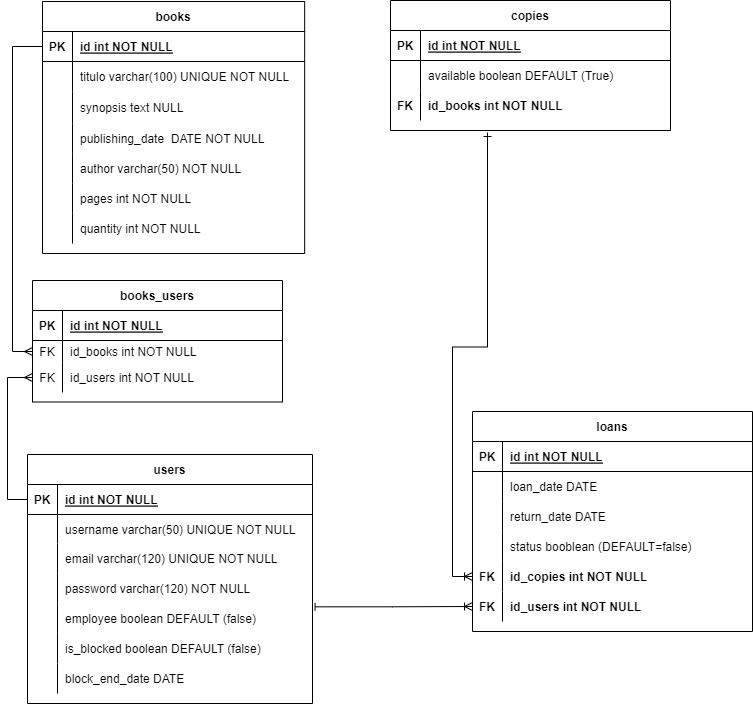
Above: DER_biblioteKA.drawio.png in projeto-BiblioteKA-g25/biblioteKA-bff (draw.io), before the change. Source tidied: cells renumbered, new cells last; positions are measured from the earlier drawing's top-left corner, leaving out a move shared by most shapes.
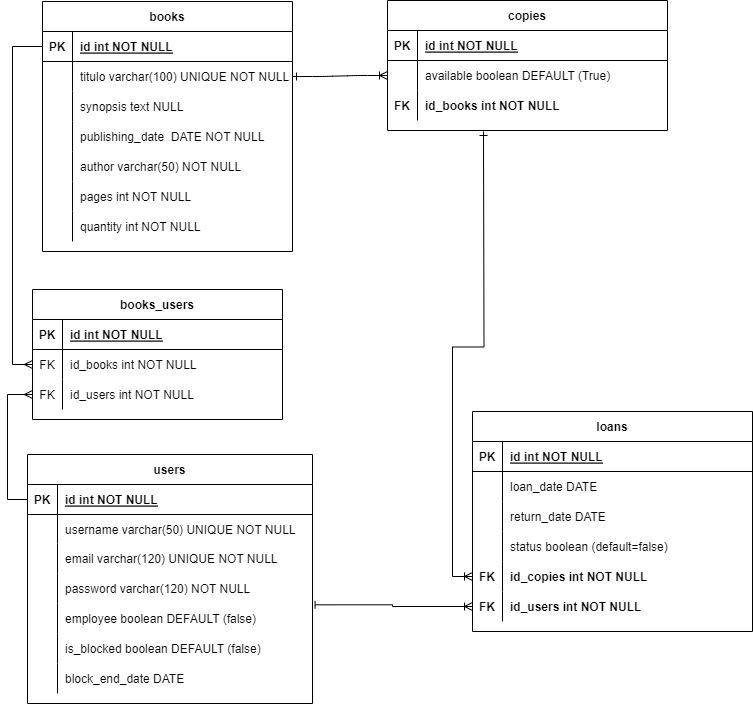
Above is the later version.

What changed in the source:
```diff
@@ -2,13 +2,16 @@
   <root>
     <mxCell id="0" />
     <mxCell id="1" parent="0" />
+    <mxCell id="89" style="edgeStyle=entityRelationEdgeStyle;endArrow=ERoneToMany;startArrow=ERone;endFill=0;startFill=0;exitX=1;exitY=0.5;exitDx=0;exitDy=0;entryX=0;entryY=0.5;entryDx=0;entryDy=0;" parent="1" edge="1" source="37" target="7">
+      <mxGeometry relative="1" as="geometry" />
+    </mxCell>
     <mxCell id="2" style="edgeStyle=orthogonalEdgeStyle;rounded=0;jettySize=auto;html=1;startArrow=ERone;startFill=0;endArrow=ERoneToMany;endFill=0;entryX=0;entryY=0.5;entryDx=0;entryDy=0;" parent="1" edge="1" target="26">
       <mxGeometry relative="1" as="geometry">
-        <mxPoint x="460" y="132" as="sourcePoint" />
+        <mxPoint x="456" y="131" as="sourcePoint" />
       </mxGeometry>
     </mxCell>
     <mxCell id="3" value="copies" style="shape=table;startSize=30;rowLines=0;fontStyle=1;align=center;" parent="1" vertex="1">
-      <mxGeometry x="363" width="280" height="130" as="geometry" />
+      <mxGeometry x="360" width="280" height="130" as="geometry" />
     </mxCell>
     <mxCell id="4" style="shape=partialRectangle;fillColor=none;top=0;left=0;right=0;bottom=1;" parent="3" vertex="1">
       <mxGeometry y="30" width="280" height="30" as="geometry" />
@@ -70,12 +73,12 @@
     <mxCell id="23" style="shape=partialRectangle;fillColor=none;top=0;left=0;right=0;bottom=0;" parent="13" vertex="1">
       <mxGeometry y="120" width="280" height="30" as="geometry" />
     </mxCell>
-    <mxCell id="24" style="shape=partialRectangle;overflow=hidden;fillColor=none;top=0;left=0;bottom=0;right=0;" parent="23" vertex="1">
-      <mxGeometry width="30" height="30" as="geometry" />
-    </mxCell>
-    <mxCell id="25" value="status booblean (DEFAULT=false)" style="shape=partialRectangle;overflow=hidden;fillColor=none;top=0;left=0;bottom=0;right=0;align=left;spacingLeft=6;" parent="23" vertex="1">
-      <mxGeometry x="30" width="250" height="30" as="geometry" />
-    </mxCell>
+    <mxCell id="90" style="shape=partialRectangle;overflow=hidden;fillColor=none;top=0;left=0;bottom=0;right=0;" parent="23" vertex="1">
+      <mxGeometry width="30" height="30" as="geometry" />
+    </mxCell>
+    <mxCell id="91" value="status boolean (default=false)" style="shape=partialRectangle;overflow=hidden;fillColor=none;top=0;left=0;bottom=0;right=0;align=left;spacingLeft=6;" parent="23" vertex="1">
+      <mxGeometry x="30" width="250" height="30" as="geometry" />
+    </mxCell>
     <mxCell id="26" style="shape=partialRectangle;fillColor=none;points=[[0,0.5],[1,0.5]];portConstraint=eastwest;top=0;left=0;right=0;bottom=0;" parent="13" vertex="1">
       <mxGeometry y="150" width="280" height="30" as="geometry" />
     </mxCell>
@@ -98,70 +101,70 @@
       <mxGeometry relative="1" as="geometry" />
     </mxCell>
     <mxCell id="33" value="books" style="shape=table;startSize=30;rowLines=0;fontStyle=1;align=center;" parent="1" vertex="1">
-      <mxGeometry x="15" y="1" width="262.2" height="252" as="geometry" />
+      <mxGeometry x="15" y="1" width="250" height="250" as="geometry" />
     </mxCell>
     <mxCell id="34" style="shape=partialRectangle;fillColor=none;points=[[0,0.5],[1,0.5]];portConstraint=eastwest;top=0;left=0;right=0;bottom=1;" parent="33" vertex="1">
-      <mxGeometry y="30" width="262.2" height="30" as="geometry" />
+      <mxGeometry y="30" width="250" height="30" as="geometry" />
     </mxCell>
     <mxCell id="35" value="PK" style="shape=partialRectangle;overflow=hidden;fillColor=none;top=0;left=0;bottom=0;right=0;fontStyle=1;" parent="34" vertex="1">
       <mxGeometry width="30" height="30" as="geometry" />
     </mxCell>
     <mxCell id="36" value="id int NOT NULL " style="shape=partialRectangle;overflow=hidden;fillColor=none;top=0;left=0;bottom=0;right=0;align=left;spacingLeft=6;fontStyle=5;" parent="34" vertex="1">
-      <mxGeometry x="30" width="232.2" height="30" as="geometry" />
+      <mxGeometry x="30" width="220" height="30" as="geometry" />
     </mxCell>
     <mxCell id="37" style="shape=partialRectangle;fillColor=none;points=[[0,0.5],[1,0.5]];portConstraint=eastwest;top=0;left=0;right=0;bottom=0;" parent="33" vertex="1">
-      <mxGeometry y="60" width="262.2" height="30" as="geometry" />
+      <mxGeometry y="60" width="250" height="30" as="geometry" />
     </mxCell>
     <mxCell id="38" style="shape=partialRectangle;overflow=hidden;fillColor=none;top=0;left=0;bottom=0;right=0;" parent="37" vertex="1">
       <mxGeometry width="30" height="30" as="geometry" />
     </mxCell>
-    <mxCell id="39" value="titulo varchar(100) UNIQUE NOT NULL " style="shape=partialRectangle;overflow=hidden;fillColor=none;top=0;left=0;bottom=0;right=0;align=left;spacingLeft=6;" parent="37" vertex="1">
-      <mxGeometry x="30" width="232.2" height="30" as="geometry" />
+    <mxCell id="39" value="titulo varchar(100) UNIQUE NOT NULL" style="shape=partialRectangle;overflow=hidden;fillColor=none;top=0;left=0;bottom=0;right=0;align=left;spacingLeft=6;" parent="37" vertex="1">
+      <mxGeometry x="30" width="220" height="30" as="geometry" />
     </mxCell>
-    <mxCell id="40" style="shape=partialRectangle;fillColor=none;top=0;left=0;right=0;bottom=0;" parent="33" vertex="1">
-      <mxGeometry y="90" width="262.2" height="32" as="geometry" />
-    </mxCell>
-    <mxCell id="41" style="shape=partialRectangle;overflow=hidden;fillColor=none;top=0;left=0;bottom=0;right=0;" parent="40" vertex="1">
-      <mxGeometry width="30" height="32" as="geometry" />
-    </mxCell>
+    <mxCell id="92" style="shape=partialRectangle;fillColor=none;top=0;left=0;right=0;bottom=0;" parent="33" vertex="1">
+      <mxGeometry y="90" width="250" height="30" as="geometry" />
+    </mxCell>
+    <mxCell id="93" style="shape=partialRectangle;overflow=hidden;fillColor=none;top=0;left=0;bottom=0;right=0;" parent="92" vertex="1">
+      <mxGeometry width="30" height="30" as="geometry" />
+    </mxCell>
-    <mxCell id="42" value="synopsis text NULL" style="shape=partialRectangle;overflow=hidden;fillColor=none;top=0;left=0;bottom=0;right=0;align=left;spacingLeft=6;" parent="40" vertex="1">
-      <mxGeometry x="30" width="232.2" height="32" as="geometry" />
+    <mxCell id="42" value="synopsis text NULL" style="shape=partialRectangle;overflow=hidden;fillColor=none;top=0;left=0;bottom=0;right=0;align=left;spacingLeft=6;" parent="92" vertex="1">
+      <mxGeometry x="30" width="220" height="30" as="geometry" />
     </mxCell>
     <mxCell id="43" style="shape=partialRectangle;fillColor=none;top=0;left=0;right=0;bottom=0;" parent="33" vertex="1">
-      <mxGeometry y="122" width="262.2" height="30" as="geometry" />
+      <mxGeometry y="120" width="250" height="30" as="geometry" />
     </mxCell>
     <mxCell id="44" style="shape=partialRectangle;overflow=hidden;fillColor=none;top=0;left=0;bottom=0;right=0;" parent="43" vertex="1">
       <mxGeometry width="30" height="30" as="geometry" />
     </mxCell>
     <mxCell id="45" value="publishing_date  DATE NOT NULL" style="shape=partialRectangle;overflow=hidden;fillColor=none;top=0;left=0;bottom=0;right=0;align=left;spacingLeft=6;" parent="43" vertex="1">
-      <mxGeometry x="30" width="232.2" height="30" as="geometry" />
+      <mxGeometry x="30" width="220" height="30" as="geometry" />
     </mxCell>
     <mxCell id="46" style="shape=partialRectangle;fillColor=none;top=0;left=0;right=0;bottom=0;" parent="33" vertex="1">
-      <mxGeometry y="152" width="262.2" height="30" as="geometry" />
+      <mxGeometry y="150" width="250" height="30" as="geometry" />
     </mxCell>
     <mxCell id="47" style="shape=partialRectangle;overflow=hidden;fillColor=none;top=0;left=0;bottom=0;right=0;" parent="46" vertex="1">
       <mxGeometry width="30" height="30" as="geometry" />
     </mxCell>
     <mxCell id="48" value="author varchar(50) NOT NULL" style="shape=partialRectangle;overflow=hidden;fillColor=none;top=0;left=0;bottom=0;right=0;align=left;spacingLeft=6;" parent="46" vertex="1">
-      <mxGeometry x="30" width="232.2" height="30" as="geometry" />
+      <mxGeometry x="30" width="220" height="30" as="geometry" />
     </mxCell>
     <mxCell id="49" style="shape=partialRectangle;fillColor=none;top=0;left=0;right=0;bottom=0;" parent="33" vertex="1">
-      <mxGeometry y="182" width="262.2" height="30" as="geometry" />
+      <mxGeometry y="180" width="250" height="30" as="geometry" />
     </mxCell>
     <mxCell id="50" style="shape=partialRectangle;overflow=hidden;fillColor=none;top=0;left=0;bottom=0;right=0;" parent="49" vertex="1">
       <mxGeometry width="30" height="30" as="geometry" />
     </mxCell>
     <mxCell id="51" value="pages int NOT NULL" style="shape=partialRectangle;overflow=hidden;fillColor=none;top=0;left=0;bottom=0;right=0;align=left;spacingLeft=6;" parent="49" vertex="1">
-      <mxGeometry x="30" width="232.2" height="30" as="geometry" />
+      <mxGeometry x="30" width="220" height="30" as="geometry" />
     </mxCell>
     <mxCell id="52" style="shape=partialRectangle;fillColor=none;top=0;left=0;right=0;bottom=0;" parent="33" vertex="1">
-      <mxGeometry y="212" width="262.2" height="30" as="geometry" />
+      <mxGeometry y="210" width="250" height="30" as="geometry" />
     </mxCell>
     <mxCell id="53" style="shape=partialRectangle;overflow=hidden;fillColor=none;top=0;left=0;bottom=0;right=0;" parent="52" vertex="1">
       <mxGeometry width="30" height="30" as="geometry" />
     </mxCell>
     <mxCell id="54" value="quantity int NOT NULL" style="shape=partialRectangle;overflow=hidden;fillColor=none;top=0;left=0;bottom=0;right=0;align=left;spacingLeft=6;fontStyle=0;" parent="52" vertex="1">
-      <mxGeometry x="30" width="232.2" height="30" as="geometry" />
+      <mxGeometry x="30" width="220" height="30" as="geometry" />
     </mxCell>
     <mxCell id="55" style="edgeStyle=orthogonalEdgeStyle;rounded=0;jettySize=auto;html=1;endArrow=ERmany;endFill=0;entryX=0;entryY=0.5;entryDx=0;entryDy=0;exitX=0;exitY=0.5;exitDx=0;exitDy=0;" parent="1" edge="1" source="57" target="85">
       <mxGeometry relative="1" as="geometry" />
@@ -233,7 +236,7 @@
       <mxGeometry x="30" width="255" height="30" as="geometry" />
     </mxCell>
     <mxCell id="78" value="books_users" style="shape=table;startSize=30;rowLines=0;fontStyle=1;align=center;" parent="1" vertex="1">
-      <mxGeometry x="5" y="280" width="250" height="121.5" as="geometry" />
+      <mxGeometry x="5" y="289" width="250" height="130" as="geometry" />
     </mxCell>
     <mxCell id="79" style="shape=partialRectangle;fillColor=none;top=0;left=0;right=0;bottom=1;" parent="78" vertex="1">
       <mxGeometry y="30" width="250" height="30" as="geometry" />
@@ -245,16 +248,16 @@
       <mxGeometry x="30" width="220" height="30" as="geometry" />
     </mxCell>
     <mxCell id="82" style="shape=partialRectangle;fillColor=none;points=[[0,0.5],[1,0.5]];portConstraint=eastwest;top=0;left=0;right=0;bottom=0;" parent="78" vertex="1">
-      <mxGeometry y="60" width="250" height="22" as="geometry" />
+      <mxGeometry y="60" width="250" height="30" as="geometry" />
     </mxCell>
     <mxCell id="83" value="FK" style="shape=partialRectangle;overflow=hidden;fillColor=none;top=0;left=0;bottom=0;right=0;" parent="82" vertex="1">
-      <mxGeometry width="30" height="22" as="geometry" />
+      <mxGeometry width="30" height="30" as="geometry" />
     </mxCell>
     <mxCell id="84" value="id_books int NOT NULL" style="shape=partialRectangle;overflow=hidden;fillColor=none;top=0;left=0;bottom=0;right=0;align=left;spacingLeft=6;" parent="82" vertex="1">
-      <mxGeometry x="30" width="220" height="22" as="geometry" />
+      <mxGeometry x="30" width="220" height="30" as="geometry" />
     </mxCell>
     <mxCell id="85" style="shape=partialRectangle;fillColor=none;points=[[0,0.5],[1,0.5]];portConstraint=eastwest;top=0;left=0;right=0;bottom=0;" parent="78" vertex="1">
-      <mxGeometry y="82" width="250" height="30" as="geometry" />
+      <mxGeometry y="90" width="250" height="30" as="geometry" />
     </mxCell>
     <mxCell id="86" value="FK" style="shape=partialRectangle;overflow=hidden;fillColor=none;top=0;left=0;bottom=0;right=0;" parent="85" vertex="1">
       <mxGeometry width="30" height="30" as="geometry" />
@@ -262,7 +265,7 @@
     <mxCell id="87" value="id_users int NOT NULL" style="shape=partialRectangle;overflow=hidden;fillColor=none;top=0;left=0;bottom=0;right=0;align=left;spacingLeft=6;" parent="85" vertex="1">
       <mxGeometry x="30" width="220" height="30" as="geometry" />
     </mxCell>
-    <mxCell id="88" style="edgeStyle=orthogonalEdgeStyle;rounded=0;jettySize=auto;html=1;entryX=0;entryY=0.5;entryDx=0;entryDy=0;startArrow=baseDash;startFill=0;endArrow=ERoneToMany;endFill=0;exitX=1.009;exitY=1.111;exitDx=0;exitDy=0;exitPerimeter=0;" parent="1" edge="1" source="66" target="29">
+    <mxCell id="88" style="edgeStyle=orthogonalEdgeStyle;rounded=0;jettySize=auto;html=1;entryX=0;entryY=0.5;entryDx=0;entryDy=0;startArrow=baseDash;startFill=0;endArrow=ERoneToMany;endFill=0;exitX=1.009;exitY=1.044;exitDx=0;exitDy=0;exitPerimeter=0;" parent="1" edge="1" source="66" target="29">
       <mxGeometry relative="1" as="geometry" />
     </mxCell>
   </root>
```
